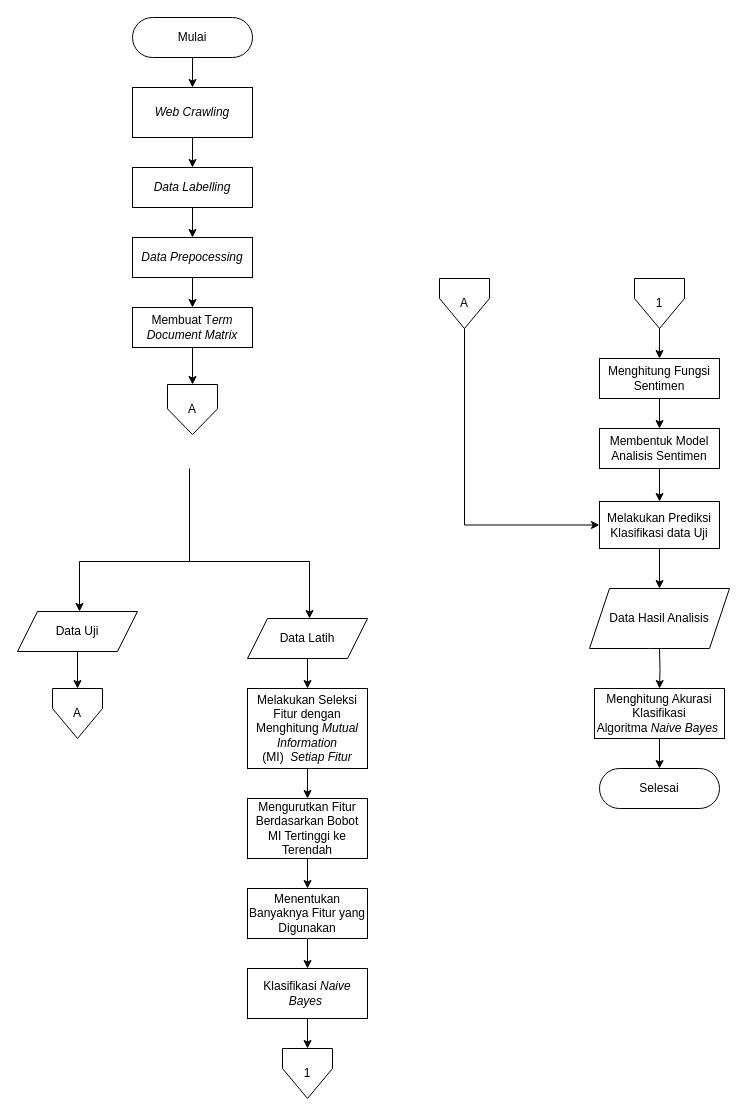
Earlier version of the draw.io diagram Untitled Diagram.drawio (zelinabella/Analisis-Indeks-Pembangunan-Manusia-Jawa-Timur-Tahun-2019). Source tidied: cells renumbered, new cells numbered last; positions are measured from the earlier drawing's top-left corner, leaving out a move shared by most shapes. Both pictures are drawn from the tidied source at 100%, with x=0, y=0 at pixel (17, 17).
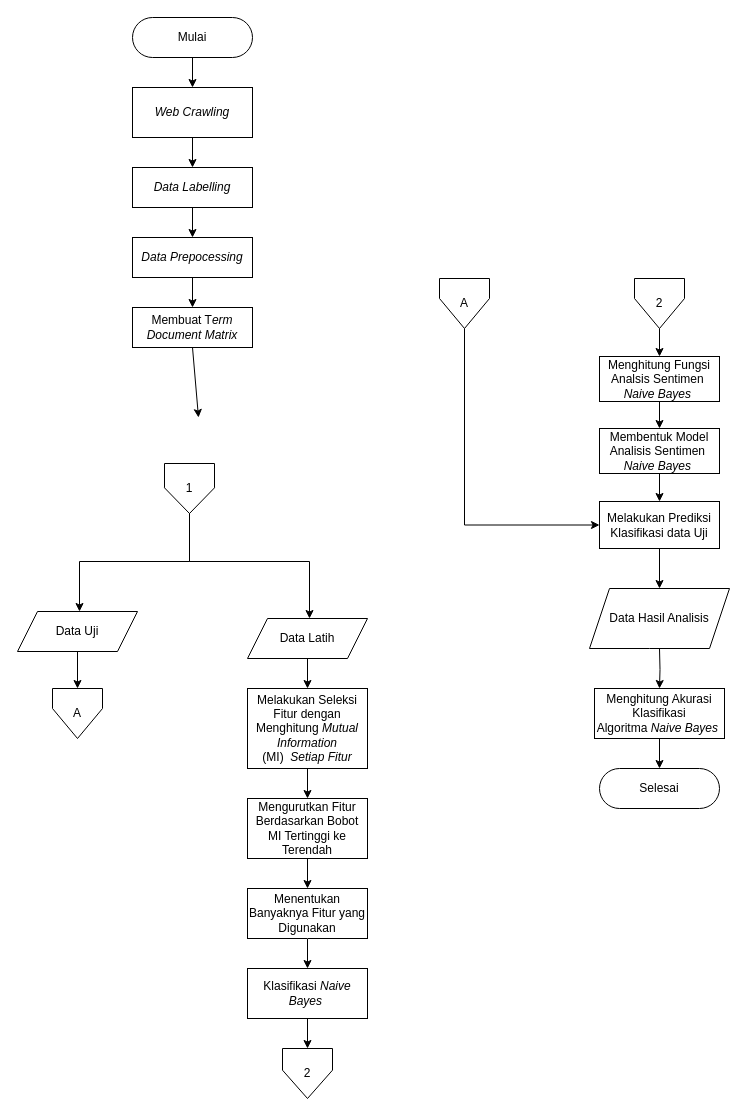
Above is the later version.

Unchanged cells that the change refers to:
```xml
<mxCell id="11" value="Membuat T&lt;i&gt;erm Document Matrix&lt;/i&gt;" style="rounded=1;whiteSpace=wrap;html=1;fontSize=12;glass=0;strokeWidth=1;shadow=0;arcSize=0;" parent="1" vertex="1">
  <mxGeometry x="115" y="290" width="120" height="40" as="geometry" />
</mxCell>
```

The edit, as a diff of the source:
```diff
@@
-    <mxCell id="29" value="1" style="shape=offPageConnector;whiteSpace=wrap;html=1;size=0.6;" parent="1" vertex="1">
+    <mxCell id="29" value="2" style="shape=offPageConnector;whiteSpace=wrap;html=1;size=0.5663256209935912;" parent="1" vertex="1">
       <mxGeometry x="265" y="1031" width="50" height="50" as="geometry" />
     </mxCell>
-    <mxCell id="30" value="1" style="shape=offPageConnector;whiteSpace=wrap;html=1;size=0.6;" parent="1" vertex="1">
+    <mxCell id="30" value="2" style="shape=offPageConnector;whiteSpace=wrap;html=1;size=0.6;" parent="1" vertex="1">
       <mxGeometry x="617" y="261" width="50" height="50" as="geometry" />
     </mxCell>
-    <mxCell id="31" value="&lt;div&gt;Menghitung Fungsi Sentimen&lt;/div&gt;" style="rounded=1;whiteSpace=wrap;html=1;fontSize=12;glass=0;strokeWidth=1;shadow=0;arcSize=0;" parent="1" vertex="1">
-      <mxGeometry x="582" y="341" width="120" height="40" as="geometry" />
+    <mxCell id="31" value="&lt;div&gt;Menghitung Fungsi Analsis Sentimen&amp;nbsp;&lt;/div&gt;&lt;i&gt;Naive Bayes&amp;nbsp;&lt;/i&gt;" style="rounded=1;whiteSpace=wrap;html=1;fontSize=12;glass=0;strokeWidth=1;shadow=0;arcSize=0;" parent="1" vertex="1">
+      <mxGeometry x="582" y="339" width="120" height="45" as="geometry" />
     </mxCell>
@@
-    <mxCell id="34" value="&lt;div&gt;Membentuk Model Analisis Sentimen&lt;/div&gt;" style="rounded=1;whiteSpace=wrap;html=1;fontSize=12;glass=0;strokeWidth=1;shadow=0;arcSize=0;" parent="1" vertex="1">
-      <mxGeometry x="582" y="411" width="120" height="40" as="geometry" />
+    <mxCell id="34" value="&lt;div&gt;Membentuk Model Analisis Sentimen&amp;nbsp;&lt;/div&gt;&lt;i&gt;Naive Bayes&amp;nbsp;&lt;/i&gt;" style="rounded=1;whiteSpace=wrap;html=1;fontSize=12;glass=0;strokeWidth=1;shadow=0;arcSize=0;" parent="1" vertex="1">
+      <mxGeometry x="582" y="411" width="120" height="45" as="geometry" />
     </mxCell>
@@
-    <mxCell id="48" style="endArrow=classic;html=1;rounded=0;entryX=0.5;entryY=0;entryDx=0;entryDy=0;exitX=0.5;exitY=1;exitDx=0;exitDy=0;" parent="1" edge="1" source="11" target="49">
-      <mxGeometry relative="1" as="geometry" />
+    <mxCell id="48" style="endArrow=classic;html=1;rounded=0;exitX=0.5;exitY=1;exitDx=0;exitDy=0;" parent="1" edge="1" source="11">
+      <mxGeometry relative="1" as="geometry">
+        <mxPoint x="181" y="400" as="targetPoint" />
+      </mxGeometry>
     </mxCell>
-    <mxCell id="49" value="A" style="shape=offPageConnector;whiteSpace=wrap;html=1;size=0.5133333333333332;" parent="1" vertex="1">
-      <mxGeometry x="150" y="367" width="50" height="50" as="geometry" />
+    <mxCell id="49" value="1" style="shape=offPageConnector;whiteSpace=wrap;html=1;size=0.5133333333333332;" parent="1" vertex="1">
+      <mxGeometry x="147" y="446" width="50" height="50" as="geometry" />
     </mxCell>
```
